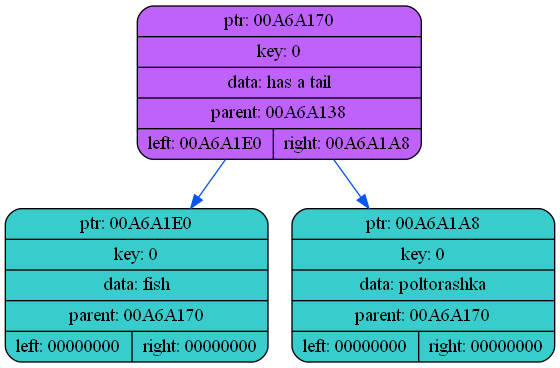
Above: dump/dump1.png in coffee8cat/akinator (Graphviz), before the change. Its source is kept beside it as dump/dump1.dot.
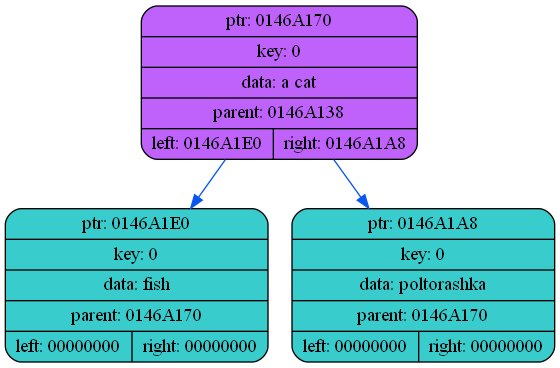
The same file after the commit.

Change to the diagram source:
```diff
@@ -2,9 +2,9 @@
 {
     rankdir=TP
 
-        node00A6A170[shape=record,style="rounded,filled",fillcolor="#BF62FC",label="{ ptr: 00A6A170 | key: 0 | data: has a tail| parent: 00A6A138| { left: 00A6A1E0 | right: 00A6A1A8 }}"];
-    node00A6A170 -> node00A6A1E0[color="#0855F0"]
-    node00A6A1E0[shape=record,style="rounded,filled",fillcolor="#39CCCC",label="{ ptr: 00A6A1E0 | key: 0 | data: fish| parent: 00A6A170 | { left: 00000000 | right: 00000000 }}"];
-    node00A6A170 -> node00A6A1A8[color="#0855F0"]
-    node00A6A1A8[shape=record,style="rounded,filled",fillcolor="#39CCCC",label="{ ptr: 00A6A1A8 | key: 0 | data: poltorashka| parent: 00A6A170 | { left: 00000000 | right: 00000000 }}"];
+        node0146A170[shape=record,style="rounded,filled",fillcolor="#BF62FC",label="{ ptr: 0146A170 | key: 0 | data: a cat| parent: 0146A138| { left: 0146A1E0 | right: 0146A1A8 }}"];
+    node0146A170 -> node0146A1E0[color="#0855F0"]
+    node0146A1E0[shape=record,style="rounded,filled",fillcolor="#39CCCC",label="{ ptr: 0146A1E0 | key: 0 | data: fish| parent: 0146A170 | { left: 00000000 | right: 00000000 }}"];
+    node0146A170 -> node0146A1A8[color="#0855F0"]
+    node0146A1A8[shape=record,style="rounded,filled",fillcolor="#39CCCC",label="{ ptr: 0146A1A8 | key: 0 | data: poltorashka| parent: 0146A170 | { left: 00000000 | right: 00000000 }}"];
 }
```
